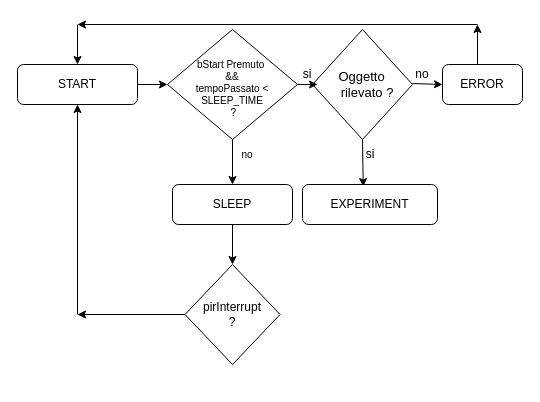
The draw.io diagram Untitled Diagram.drawio in aleshark87/smart_exp_arduino, before the edit. Source tidied: cells renumbered, new cells numbered last; positions are measured from the earlier drawing's top-left corner, leaving out a move shared by most shapes. Both pictures are drawn from the tidied source at 100%, with x=0, y=0 at pixel (17, 24).
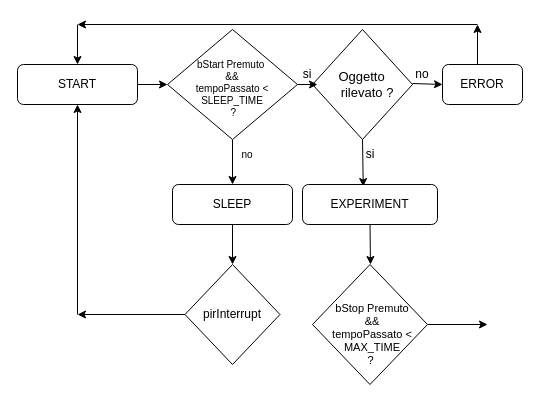
The same page after the edit.

Unchanged cells that the change refers to:
```xml
<mxCell id="11" value="EXPERIMENT" style="rounded=1;whiteSpace=wrap;html=1;fontSize=12;glass=0;strokeWidth=1;shadow=0;" parent="1" vertex="1">
  <mxGeometry x="285" y="160" width="135" height="40" as="geometry" />
</mxCell>
```

What changed in the source:
```diff
@@
-    <mxCell id="23" value="pirInterrupt&lt;br style=&quot;font-size: 12px;&quot;&gt;?" style="text;html=1;strokeColor=none;fillColor=none;align=center;verticalAlign=middle;whiteSpace=wrap;rounded=0;fontSize=12;" parent="1" vertex="1">
+    <mxCell id="23" value="pirInterrupt&lt;br style=&quot;font-size: 12px&quot;&gt;" style="text;html=1;strokeColor=none;fillColor=none;align=center;verticalAlign=middle;whiteSpace=wrap;rounded=0;fontSize=12;" parent="1" vertex="1">
       <mxGeometry x="195" y="280" width="40" height="20" as="geometry" />
     </mxCell>
@@
+    <mxCell id="26" style="endArrow=classic;html=1;fontSize=13;exitX=0.5;exitY=1;exitDx=0;exitDy=0;" parent="1" edge="1" source="11">
+      <mxGeometry relative="1" as="geometry">
+        <mxPoint x="353" y="240" as="targetPoint" />
+      </mxGeometry>
+    </mxCell>
+    <mxCell id="27" style="rhombus;whiteSpace=wrap;html=1;fontSize=13;" parent="1" vertex="1">
+      <mxGeometry x="295" y="240" width="115" height="120" as="geometry" />
+    </mxCell>
+    <mxCell id="28" value="bStop Premuto&lt;br style=&quot;font-size: 11px;&quot;&gt;&amp;amp;&amp;amp;&lt;br style=&quot;font-size: 11px;&quot;&gt;tempoPassato &amp;lt; MAX_TIME&lt;br style=&quot;font-size: 11px;&quot;&gt;?&amp;nbsp;" style="text;html=1;strokeColor=none;fillColor=none;align=center;verticalAlign=middle;whiteSpace=wrap;rounded=0;fontSize=11;" parent="1" vertex="1">
+      <mxGeometry x="300" y="300" width="110" height="20" as="geometry" />
+    </mxCell>
+    <mxCell id="29" style="endArrow=classic;html=1;fontSize=11;" parent="1" edge="1">
+      <mxGeometry relative="1" as="geometry">
+        <mxPoint x="410" y="300" as="sourcePoint" />
+        <mxPoint x="470" y="300" as="targetPoint" />
+      </mxGeometry>
+    </mxCell>
```
